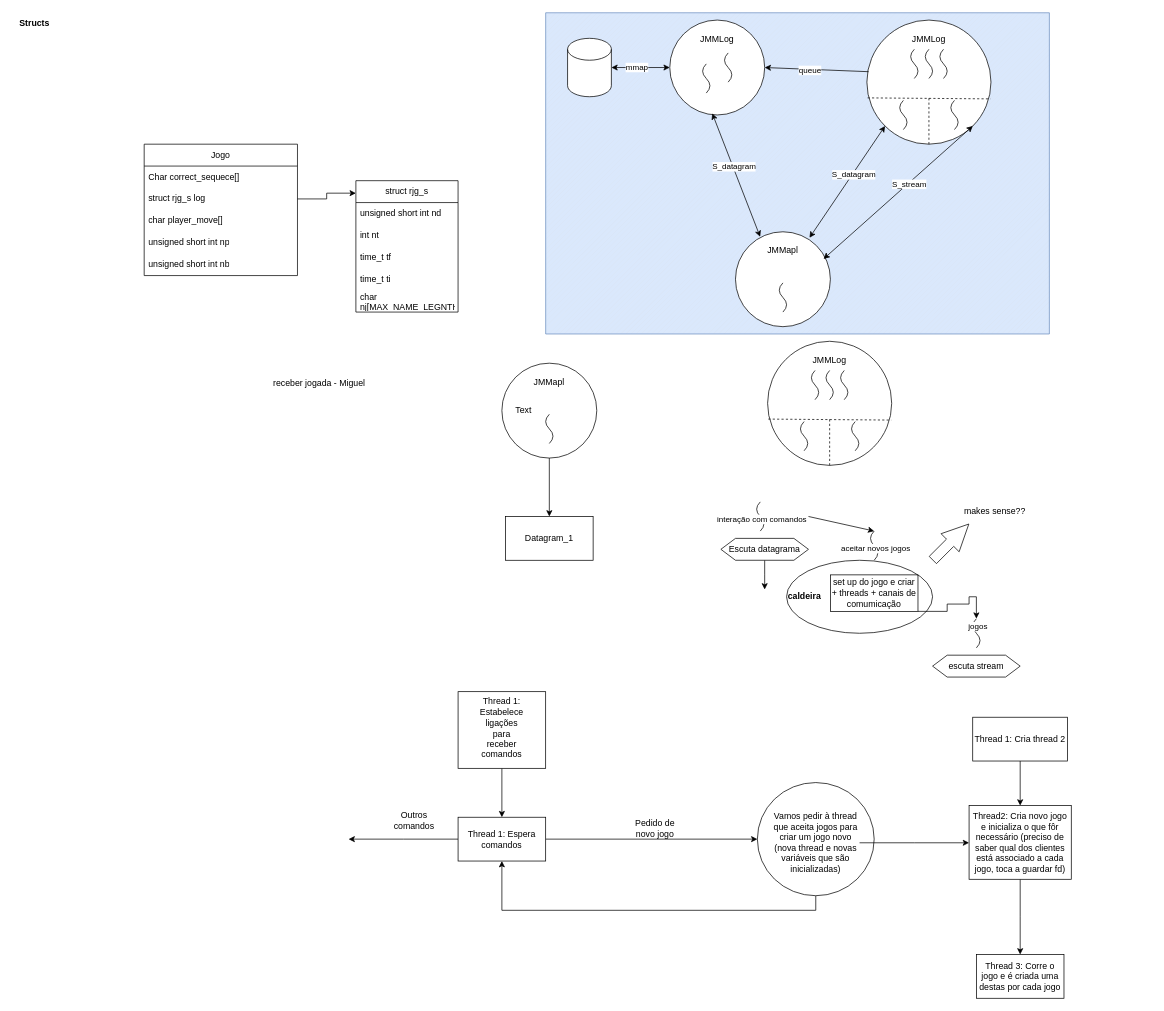
Spirit-Crusher/Mastermind keeps this draw.io diagram as Drawio/Projecto_Estrutura.drawio. Above is the earlier version. Source tidied: cells renumbered, new cells numbered last; positions are measured from the earlier drawing's top-left corner, leaving out a move shared by most shapes. Both pictures are drawn from the tidied source at 73%, with x=0, y=0 at pixel (12, 12).
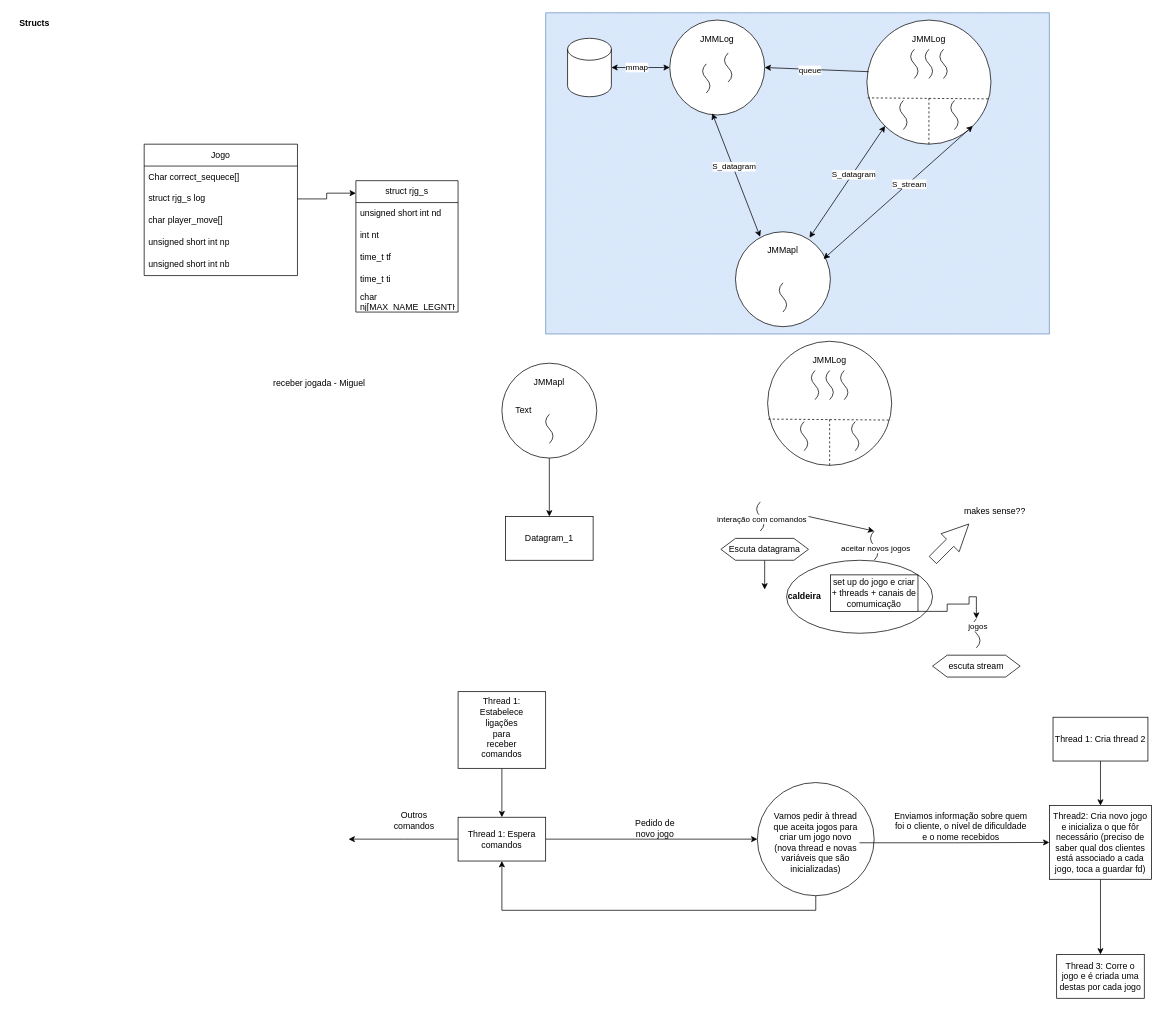
Above is the later version.

The change refers to these unchanged cells:
```xml
<mxCell id="79" value="Vamos pedir à thread que aceita jogos para criar um jogo novo (nova thread e novas variáveis que são inicializadas)" style="text;html=1;align=center;verticalAlign=middle;whiteSpace=wrap;rounded=0;" parent="1" vertex="1">
  <mxGeometry x="1040" y="1122" width="120" height="30" as="geometry" />
</mxCell>
```

Change to the diagram source:
```diff
@@
-    <mxCell id="78" style="edgeStyle=orthogonalEdgeStyle;rounded=0;jettySize=auto;html=1;" parent="1" edge="1" source="79">
-      <mxGeometry relative="1" as="geometry">
-        <mxPoint x="1310" y="1137" as="targetPoint" />
-      </mxGeometry>
+    <mxCell id="78" style="edgeStyle=orthogonalEdgeStyle;rounded=0;jettySize=auto;html=1;entryX=0;entryY=0.5;entryDx=0;entryDy=0;" parent="1" edge="1" source="79" target="81">
+      <mxGeometry relative="1" as="geometry" />
     </mxCell>
@@
     <mxCell id="80" style="edgeStyle=orthogonalEdgeStyle;rounded=0;jettySize=auto;html=1;" parent="1" edge="1" source="81">
       <mxGeometry relative="1" as="geometry">
-        <mxPoint x="1380" y="1290" as="targetPoint" />
+        <mxPoint x="1490" y="1290" as="targetPoint" />
       </mxGeometry>
     </mxCell>
     <mxCell id="81" value="Thread2: Cria novo jogo e inicializa o que fôr necessário (preciso de saber qual dos clientes está associado a cada jogo, toca a guardar fd)" style="rounded=0;whiteSpace=wrap;html=1;" parent="1" vertex="1">
-      <mxGeometry x="1310" y="1086" width="140" height="101" as="geometry" />
+      <mxGeometry x="1420" y="1086" width="140" height="101" as="geometry" />
     </mxCell>
@@
     <mxCell id="90" value="Thread 1: Cria thread 2" style="rounded=0;whiteSpace=wrap;html=1;" parent="1" vertex="1">
-      <mxGeometry x="1315" y="965" width="130" height="60" as="geometry" />
+      <mxGeometry x="1425" y="965" width="130" height="60" as="geometry" />
     </mxCell>
     <mxCell id="91" value="Thread 3: Corre o jogo e é criada uma destas por cada jogo" style="rounded=0;whiteSpace=wrap;html=1;" parent="1" vertex="1">
-      <mxGeometry x="1320" y="1290" width="120" height="60" as="geometry" />
+      <mxGeometry x="1430" y="1290" width="120" height="60" as="geometry" />
     </mxCell>
+    <mxCell id="92" value="Enviamos informação sobre quem foi o cliente, o nível de dificuldade e o nome recebidos" style="text;html=1;align=center;verticalAlign=middle;whiteSpace=wrap;rounded=0;" parent="1" vertex="1">
+      <mxGeometry x="1204" y="1100" width="190" height="30" as="geometry" />
+    </mxCell>
```
